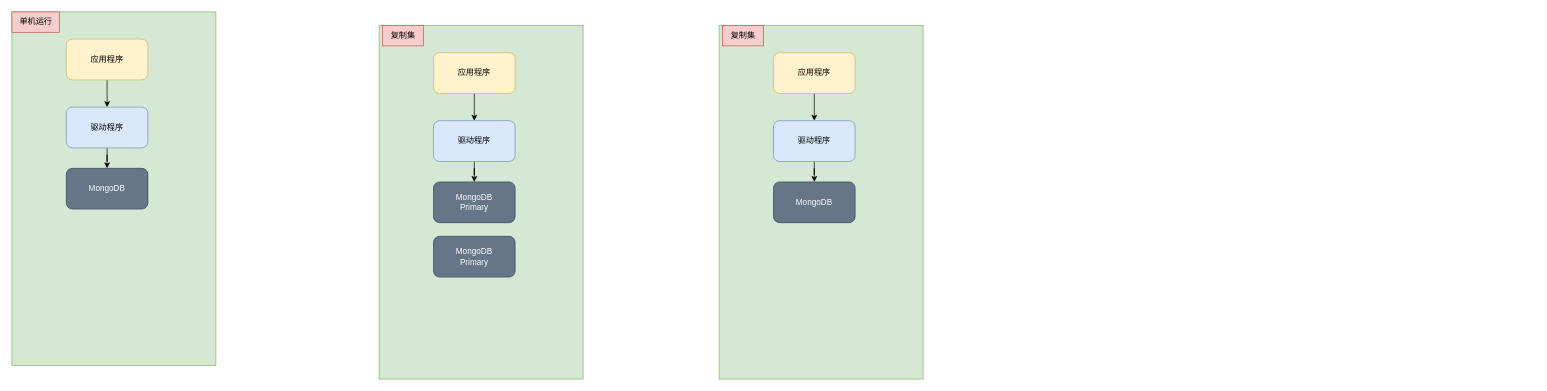
This is img/集群模式.drawio from 15615639083/15615639083.github.io, a draw.io file, before an edit. Source tidied: cells renumbered, new cells numbered last; positions are measured from the earlier drawing's top-left corner, leaving out a move shared by most shapes. Both pictures are drawn from the tidied source at 68%, with x=0, y=0 at pixel (12, 12).
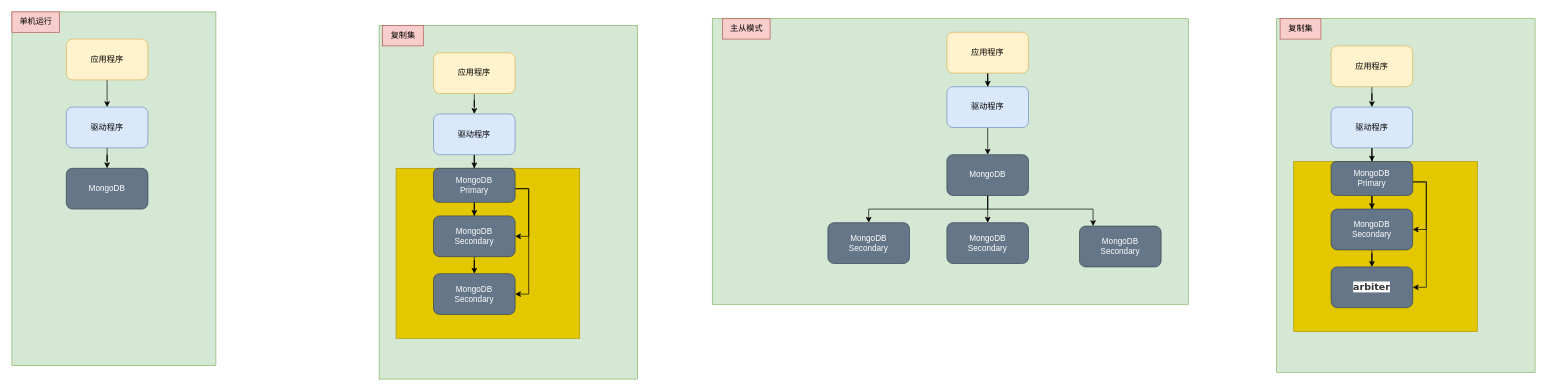
The same page after the edit.

Commit message (it also covers changes not shown here):
更新集群模式.drawio

The edit, as a diff of the source:
```diff
@@
+    <mxCell id="9" style="rounded=0;whiteSpace=wrap;html=1;fillColor=#d5e8d4;strokeColor=#82b366;" parent="1" vertex="1">
+      <mxGeometry x="540" y="20" width="380" height="520" as="geometry" />
+    </mxCell>
+    <mxCell id="24" style="rounded=0;whiteSpace=wrap;html=1;fillColor=#e3c800;fontColor=#000000;strokeColor=#B09500;" parent="1" vertex="1">
+      <mxGeometry x="565" y="230" width="270" height="250" as="geometry" />
+    </mxCell>
@@
-    <mxCell id="9" style="rounded=0;whiteSpace=wrap;html=1;fillColor=#d5e8d4;strokeColor=#82b366;" parent="1" vertex="1">
-      <mxGeometry x="540" y="20" width="300" height="520" as="geometry" />
-    </mxCell>
@@
     <mxCell id="14" value="驱动程序" style="rounded=1;whiteSpace=wrap;html=1;fillColor=#dae8fc;strokeColor=#6c8ebf;" parent="1" vertex="1">
-      <mxGeometry x="620" y="160" width="120" height="60" as="geometry" />
+      <mxGeometry x="620" y="150" width="120" height="60" as="geometry" />
     </mxCell>
+    <mxCell id="25" style="edgeStyle=orthogonalEdgeStyle;rounded=0;jettySize=auto;html=1;" parent="1" edge="1" source="15" target="23">
+      <mxGeometry relative="1" as="geometry" />
+    </mxCell>
+    <mxCell id="26" style="edgeStyle=orthogonalEdgeStyle;rounded=0;jettySize=auto;html=1;entryX=1;entryY=0.5;entryDx=0;entryDy=0;" parent="1" edge="1" source="15" target="23">
+      <mxGeometry relative="1" as="geometry">
+        <Array as="points">
+          <mxPoint x="760" y="260" />
+          <mxPoint x="760" y="330" />
+        </Array>
+      </mxGeometry>
+    </mxCell>
+    <mxCell id="27" style="edgeStyle=orthogonalEdgeStyle;rounded=0;jettySize=auto;html=1;entryX=1;entryY=0.5;entryDx=0;entryDy=0;" parent="1" edge="1" source="15" target="31">
+      <mxGeometry relative="1" as="geometry">
+        <Array as="points">
+          <mxPoint x="760" y="260" />
+          <mxPoint x="760" y="415" />
+        </Array>
+      </mxGeometry>
+    </mxCell>
     <mxCell id="15" value="MongoDB&lt;br&gt;Primary" style="rounded=1;whiteSpace=wrap;html=1;fillColor=#647687;fontColor=#ffffff;strokeColor=#314354;" parent="1" vertex="1">
-      <mxGeometry x="620" y="250" width="120" height="60" as="geometry" />
+      <mxGeometry x="620" y="230" width="120" height="50" as="geometry" />
     </mxCell>
     <mxCell id="16" style="rounded=0;whiteSpace=wrap;html=1;fillColor=#d5e8d4;strokeColor=#82b366;" parent="1" vertex="1">
-      <mxGeometry x="1040" y="20" width="300" height="520" as="geometry" />
+      <mxGeometry x="1030" y="10" width="700" height="420" as="geometry" />
     </mxCell>
-    <mxCell id="17" value="复制集" style="text;html=1;align=center;verticalAlign=middle;strokeColor=#b85450;fillColor=#f8cecc;" parent="1" vertex="1">
-      <mxGeometry x="1045" y="20" width="60" height="30" as="geometry" />
+    <mxCell id="17" value="主从模式" style="text;html=1;align=center;verticalAlign=middle;strokeColor=#b85450;fillColor=#f8cecc;" parent="1" vertex="1">
+      <mxGeometry x="1045" y="10" width="70" height="30" as="geometry" />
     </mxCell>
@@
     <mxCell id="19" value="应用程序&lt;br&gt;" style="rounded=1;whiteSpace=wrap;html=1;fillColor=#fff2cc;strokeColor=#d6b656;" parent="1" vertex="1">
-      <mxGeometry x="1120" y="60" width="120" height="60" as="geometry" />
+      <mxGeometry x="1375" y="30" width="120" height="60" as="geometry" />
     </mxCell>
@@
     <mxCell id="21" value="驱动程序" style="rounded=1;whiteSpace=wrap;html=1;fillColor=#dae8fc;strokeColor=#6c8ebf;" parent="1" vertex="1">
-      <mxGeometry x="1120" y="160" width="120" height="60" as="geometry" />
+      <mxGeometry x="1375" y="110" width="120" height="60" as="geometry" />
     </mxCell>
+    <mxCell id="28" style="edgeStyle=orthogonalEdgeStyle;rounded=0;jettySize=auto;html=1;exitX=0.5;exitY=1;exitDx=0;exitDy=0;" parent="1" edge="1" source="22" target="49">
+      <mxGeometry relative="1" as="geometry" />
+    </mxCell>
+    <mxCell id="29" style="edgeStyle=orthogonalEdgeStyle;rounded=0;jettySize=auto;html=1;" parent="1" edge="1" source="22" target="47">
+      <mxGeometry relative="1" as="geometry" />
+    </mxCell>
     <mxCell id="22" value="MongoDB" style="rounded=1;whiteSpace=wrap;html=1;fillColor=#647687;fontColor=#ffffff;strokeColor=#314354;" parent="1" vertex="1">
-      <mxGeometry x="1120" y="250" width="120" height="60" as="geometry" />
+      <mxGeometry x="1375" y="210" width="120" height="60" as="geometry" />
     </mxCell>
+    <mxCell id="30" style="edgeStyle=orthogonalEdgeStyle;rounded=0;jettySize=auto;html=1;" parent="1" edge="1" source="23" target="31">
+      <mxGeometry relative="1" as="geometry" />
+    </mxCell>
-    <mxCell id="23" value="MongoDB&lt;br style=&quot;border-color: var(--border-color);&quot;&gt;Primary" style="rounded=1;whiteSpace=wrap;html=1;fillColor=#647687;fontColor=#ffffff;strokeColor=#314354;" parent="1" vertex="1">
-      <mxGeometry x="620" y="330" width="120" height="60" as="geometry" />
+    <mxCell id="23" value="MongoDB&lt;br style=&quot;border-color: var(--border-color);&quot;&gt;Secondary" style="rounded=1;whiteSpace=wrap;html=1;fillColor=#647687;fontColor=#ffffff;strokeColor=#314354;" parent="1" vertex="1">
+      <mxGeometry x="620" y="300" width="120" height="60" as="geometry" />
     </mxCell>
+    <mxCell id="31" value="MongoDB&lt;br style=&quot;border-color: var(--border-color);&quot;&gt;Secondary" style="rounded=1;whiteSpace=wrap;html=1;fillColor=#647687;fontColor=#ffffff;strokeColor=#314354;" parent="1" vertex="1">
+      <mxGeometry x="620" y="385" width="120" height="60" as="geometry" />
+    </mxCell>
+    <mxCell id="32" style="rounded=0;whiteSpace=wrap;html=1;fillColor=#d5e8d4;strokeColor=#82b366;" parent="1" vertex="1">
+      <mxGeometry x="1860" y="10" width="380" height="520" as="geometry" />
+    </mxCell>
+    <mxCell id="33" style="rounded=0;whiteSpace=wrap;html=1;fillColor=#e3c800;fontColor=#000000;strokeColor=#B09500;" parent="1" vertex="1">
+      <mxGeometry x="1885" y="220" width="270" height="250" as="geometry" />
+    </mxCell>
+    <mxCell id="34" value="复制集" style="text;html=1;align=center;verticalAlign=middle;strokeColor=#b85450;fillColor=#f8cecc;" parent="1" vertex="1">
+      <mxGeometry x="1865" y="10" width="60" height="30" as="geometry" />
+    </mxCell>
+    <mxCell id="35" style="edgeStyle=orthogonalEdgeStyle;rounded=0;jettySize=auto;html=1;entryX=0.5;entryY=0;entryDx=0;entryDy=0;" parent="1" edge="1" source="36" target="38">
+      <mxGeometry relative="1" as="geometry" />
+    </mxCell>
+    <mxCell id="36" value="应用程序&lt;br&gt;" style="rounded=1;whiteSpace=wrap;html=1;fillColor=#fff2cc;strokeColor=#d6b656;" parent="1" vertex="1">
+      <mxGeometry x="1940" y="50" width="120" height="60" as="geometry" />
+    </mxCell>
+    <mxCell id="37" style="edgeStyle=orthogonalEdgeStyle;rounded=0;jettySize=auto;html=1;" parent="1" edge="1" source="38" target="42">
+      <mxGeometry relative="1" as="geometry" />
+    </mxCell>
+    <mxCell id="38" value="驱动程序" style="rounded=1;whiteSpace=wrap;html=1;fillColor=#dae8fc;strokeColor=#6c8ebf;" parent="1" vertex="1">
+      <mxGeometry x="1940" y="140" width="120" height="60" as="geometry" />
+    </mxCell>
+    <mxCell id="39" style="edgeStyle=orthogonalEdgeStyle;rounded=0;jettySize=auto;html=1;" parent="1" edge="1" source="42" target="44">
+      <mxGeometry relative="1" as="geometry" />
+    </mxCell>
+    <mxCell id="40" style="edgeStyle=orthogonalEdgeStyle;rounded=0;jettySize=auto;html=1;entryX=1;entryY=0.5;entryDx=0;entryDy=0;" parent="1" edge="1" source="42" target="44">
+      <mxGeometry relative="1" as="geometry">
+        <Array as="points">
+          <mxPoint x="2080" y="250" />
+          <mxPoint x="2080" y="320" />
+        </Array>
+      </mxGeometry>
+    </mxCell>
+    <mxCell id="41" style="edgeStyle=orthogonalEdgeStyle;rounded=0;jettySize=auto;html=1;entryX=1;entryY=0.5;entryDx=0;entryDy=0;" parent="1" edge="1" source="42" target="45">
+      <mxGeometry relative="1" as="geometry">
+        <Array as="points">
+          <mxPoint x="2080" y="250" />
+          <mxPoint x="2080" y="405" />
+        </Array>
+      </mxGeometry>
+    </mxCell>
+    <mxCell id="42" value="MongoDB&lt;br&gt;Primary" style="rounded=1;whiteSpace=wrap;html=1;fillColor=#647687;fontColor=#ffffff;strokeColor=#314354;" parent="1" vertex="1">
+      <mxGeometry x="1940" y="220" width="120" height="50" as="geometry" />
+    </mxCell>
+    <mxCell id="43" style="edgeStyle=orthogonalEdgeStyle;rounded=0;jettySize=auto;html=1;" parent="1" edge="1" source="44" target="45">
+      <mxGeometry relative="1" as="geometry" />
+    </mxCell>
+    <mxCell id="44" value="MongoDB&lt;br style=&quot;border-color: var(--border-color);&quot;&gt;Secondary" style="rounded=1;whiteSpace=wrap;html=1;fillColor=#647687;fontColor=#ffffff;strokeColor=#314354;" parent="1" vertex="1">
+      <mxGeometry x="1940" y="290" width="120" height="60" as="geometry" />
+    </mxCell>
+    <mxCell id="45" value="&lt;strong style=&quot;margin: 0px; padding: 0px; color: rgb(51, 51, 51); font-family: verdana, Arial, Helvetica, sans-serif; font-size: 14px; text-align: start; background-color: rgb(255, 255, 255);&quot;&gt;arbiter&lt;/strong&gt;" style="rounded=1;whiteSpace=wrap;html=1;fillColor=#647687;fontColor=#ffffff;strokeColor=#314354;" parent="1" vertex="1">
+      <mxGeometry x="1940" y="375" width="120" height="60" as="geometry" />
+    </mxCell>
+    <mxCell id="46" style="edgeStyle=orthogonalEdgeStyle;rounded=0;jettySize=auto;html=1;" parent="1" edge="1" target="48">
+      <mxGeometry relative="1" as="geometry">
+        <mxPoint x="1435" y="270" as="sourcePoint" />
+        <Array as="points">
+          <mxPoint x="1435" y="290" />
+          <mxPoint x="1590" y="290" />
+        </Array>
+      </mxGeometry>
+    </mxCell>
+    <mxCell id="47" value="MongoDB&lt;br style=&quot;border-color: var(--border-color);&quot;&gt;Secondary" style="whiteSpace=wrap;html=1;fillColor=#647687;strokeColor=#314354;fontColor=#ffffff;rounded=1;" parent="1" vertex="1">
+      <mxGeometry x="1375" y="310" width="120" height="60" as="geometry" />
+    </mxCell>
+    <mxCell id="48" value="MongoDB&lt;br style=&quot;border-color: var(--border-color);&quot;&gt;Secondary" style="whiteSpace=wrap;html=1;fillColor=#647687;strokeColor=#314354;fontColor=#ffffff;rounded=1;" parent="1" vertex="1">
+      <mxGeometry x="1570" y="315" width="120" height="60" as="geometry" />
+    </mxCell>
+    <mxCell id="49" value="MongoDB&lt;br style=&quot;border-color: var(--border-color);&quot;&gt;Secondary" style="whiteSpace=wrap;html=1;fillColor=#647687;strokeColor=#314354;fontColor=#ffffff;rounded=1;" parent="1" vertex="1">
+      <mxGeometry x="1200" y="310" width="120" height="60" as="geometry" />
+    </mxCell>
```
